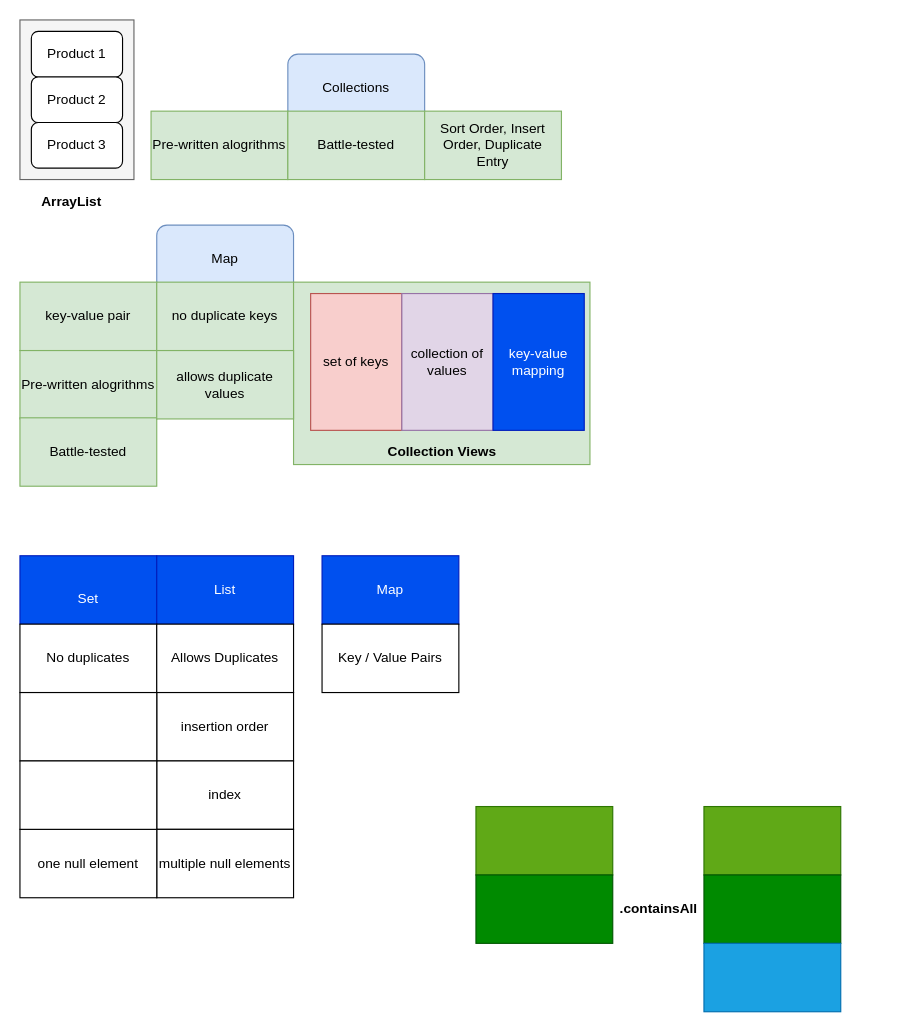
Earlier version of the draw.io diagram page "Collections" (10 of 10) of java/diagrams/java-workflow.drawio (aukokyong/jfs-master). Source tidied: cells renumbered, new cells numbered last; positions are measured from the earlier drawing's top-left corner, leaving out a move shared by most shapes. Both pictures are drawn from the tidied source at 114%, with x=0, y=0 at pixel (19, 19).
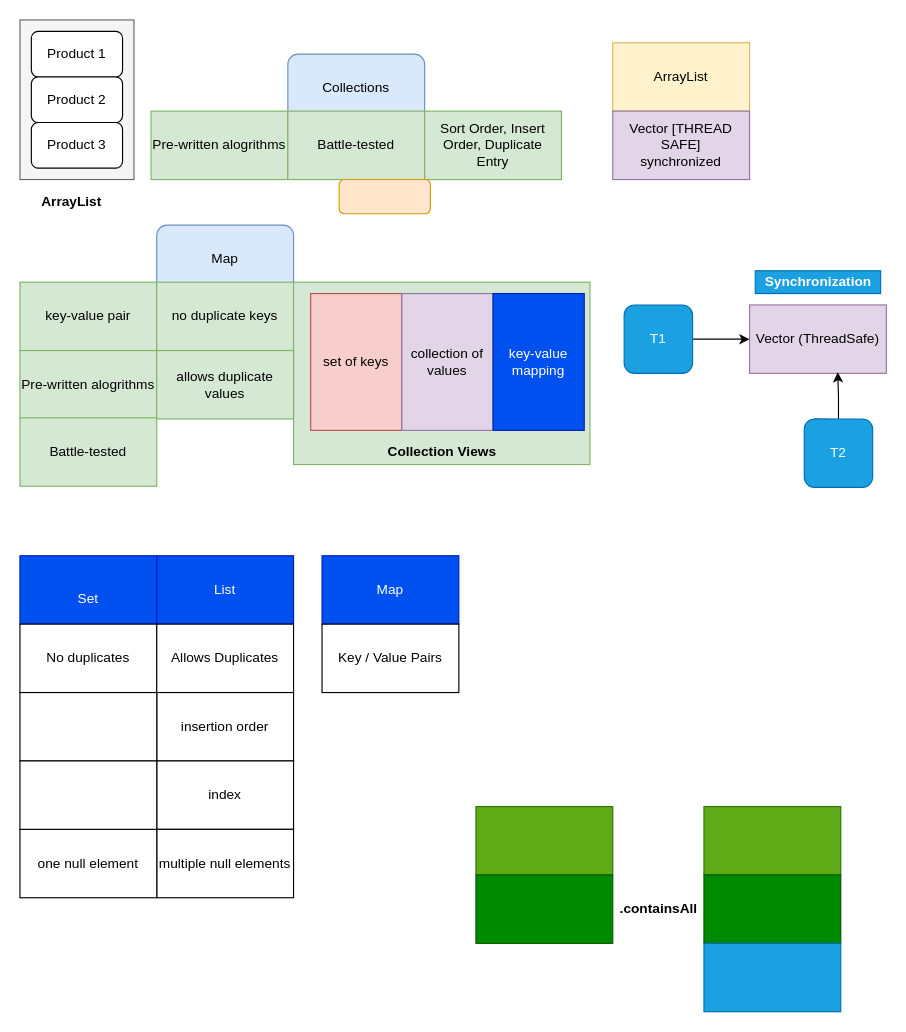
Above is the later version.

Change to the diagram source:
```diff
@@
+    <mxCell id="40" value="ArrayList" style="rounded=0;whiteSpace=wrap;html=1;align=center;fillColor=#fff2cc;strokeColor=#d6b656;" parent="1" vertex="1">
+      <mxGeometry x="520" y="20" width="120" height="60" as="geometry" />
+    </mxCell>
+    <mxCell id="41" value="Vector [THREAD SAFE]&lt;br&gt;synchronized" style="rounded=0;whiteSpace=wrap;html=1;align=center;fillColor=#e1d5e7;strokeColor=#9673a6;" parent="1" vertex="1">
+      <mxGeometry x="520" y="80" width="120" height="60" as="geometry" />
+    </mxCell>
+    <mxCell id="42" value="Vector (ThreadSafe)" style="rounded=0;whiteSpace=wrap;html=1;align=center;fillColor=#e1d5e7;strokeColor=#9673a6;" parent="1" vertex="1">
+      <mxGeometry x="640" y="250" width="120" height="60" as="geometry" />
+    </mxCell>
+    <mxCell id="43" style="edgeStyle=orthogonalEdgeStyle;rounded=0;jettySize=auto;html=1;" parent="1" edge="1" source="44" target="42">
+      <mxGeometry relative="1" as="geometry" />
+    </mxCell>
+    <mxCell id="44" value="T1" style="rounded=1;whiteSpace=wrap;html=1;fillColor=#1ba1e2;strokeColor=#006EAF;fontColor=#ffffff;" parent="1" vertex="1">
+      <mxGeometry x="530" y="250" width="60" height="60" as="geometry" />
+    </mxCell>
+    <mxCell id="45" style="edgeStyle=orthogonalEdgeStyle;rounded=0;orthogonalLoop=1;jettySize=auto;html=1;entryX=0.67;entryY=0.983;entryDx=0;entryDy=0;entryPerimeter=0;" parent="1" edge="1">
+      <mxGeometry relative="1" as="geometry">
+        <mxPoint x="697" y="350" as="sourcePoint" />
+        <mxPoint x="717.4" y="309" as="targetPoint" />
+      </mxGeometry>
+    </mxCell>
+    <mxCell id="46" value="T2" style="rounded=1;whiteSpace=wrap;html=1;fillColor=#1ba1e2;strokeColor=#006EAF;fontColor=#ffffff;" parent="1" vertex="1">
+      <mxGeometry x="688" y="350" width="60" height="60" as="geometry" />
+    </mxCell>
+    <mxCell id="47" value="Synchronization" style="text;html=1;align=center;verticalAlign=middle;fontStyle=1;fillColor=#1ba1e2;strokeColor=#006EAF;fontColor=#ffffff;" parent="1" vertex="1">
+      <mxGeometry x="645" y="220" width="110" height="20" as="geometry" />
+    </mxCell>
+    <mxCell id="48" style="rounded=1;whiteSpace=wrap;html=1;fillColor=#ffe6cc;strokeColor=#d79b00;" parent="1" vertex="1">
+      <mxGeometry x="280" y="140" width="80" height="30" as="geometry" />
+    </mxCell>
```
